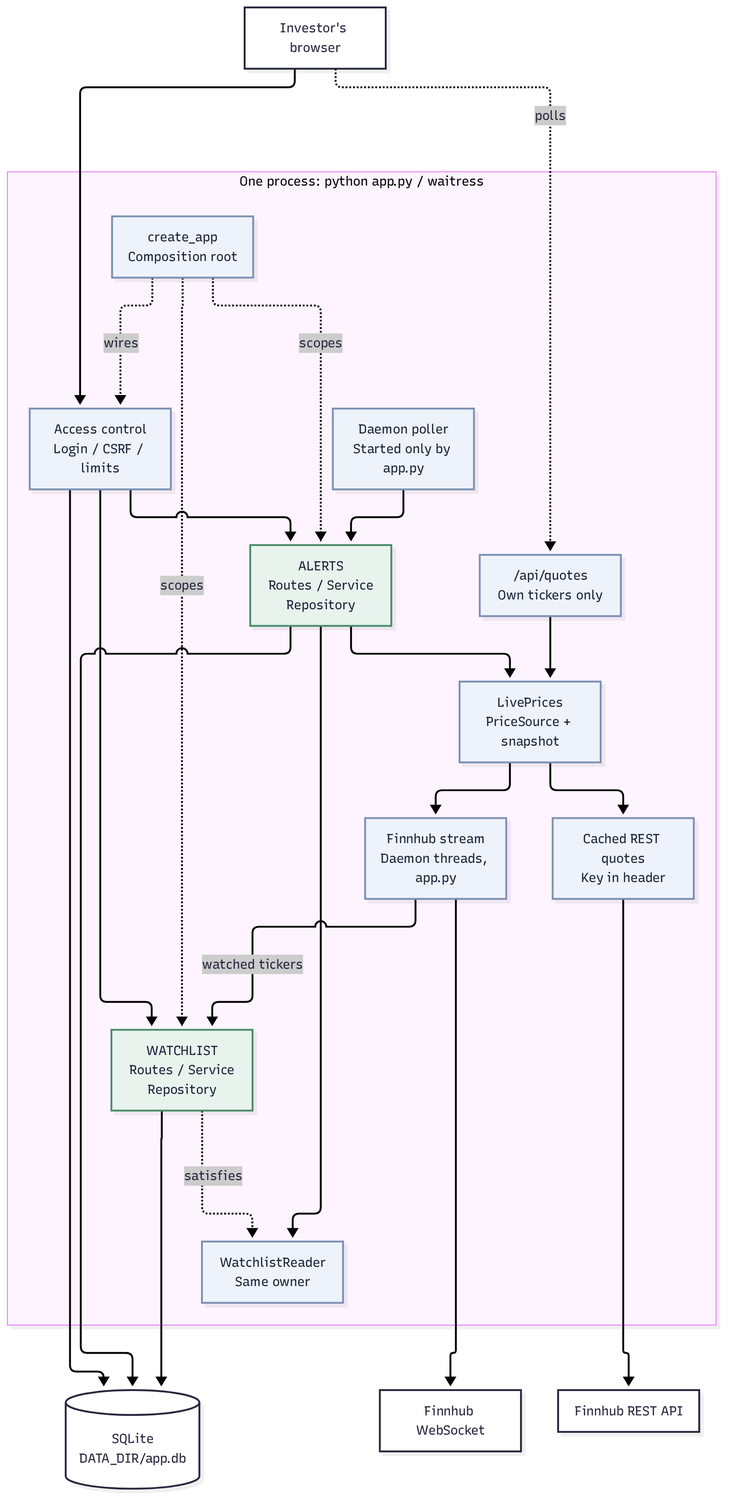
Above: docs/diagrams/architecture.png in issamarida/devops-a1-issamarida (Mermaid), before the change. Its source is kept beside it as docs/diagrams/architecture.mmd.
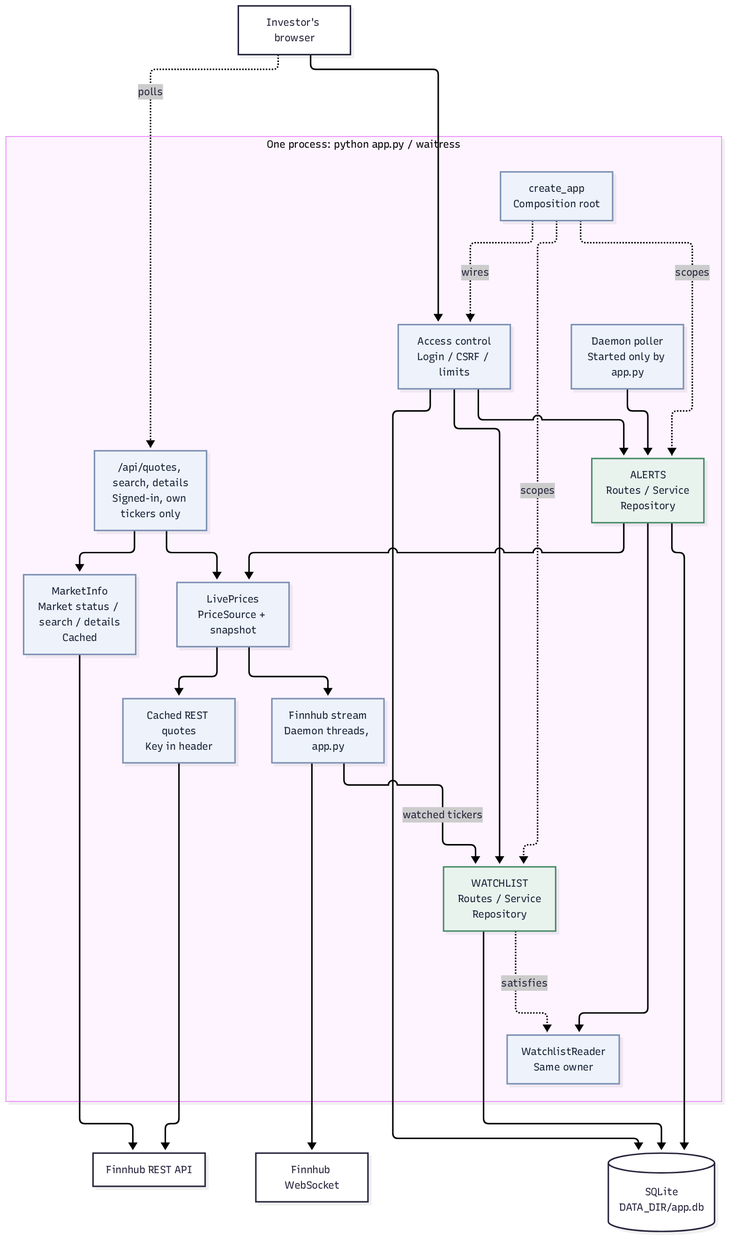
The same file after the commit.

Change to the diagram source:
```diff
@@ -7,7 +7,8 @@
         alert["ALERTS<br/>Routes / Service<br/>Repository"]
         reader["WatchlistReader<br/>Same owner"]
         price["LivePrices<br/>PriceSource + snapshot"]
-        quotes["/api/quotes<br/>Own tickers only"]
+        quotes["/api/quotes, search, details<br/>Signed-in, own tickers only"]
+        info["MarketInfo<br/>Market status / search / details<br/>Cached"]
         stream["Finnhub stream<br/>Daemon threads, app.py"]
         rest["Cached REST quotes<br/>Key in header"]
         poller["Daemon poller<br/>Started only by app.py"]
@@ -32,10 +33,12 @@
     stream --> ws
     stream -. watched tickers .-> watch
     rest --> api
+    quotes --> info
+    info --> api
     watch --> db
     alert --> db
     access --> db
     classDef support fill:#eef2fa,stroke:#7b90b3,color:#182337
     classDef feature fill:#e9f3ee,stroke:#4c8c6b,color:#182337
-    class root,access,reader,poller,price,quotes,stream,rest support
+    class root,access,reader,poller,price,quotes,info,stream,rest support
     class watch,alert feature
```
